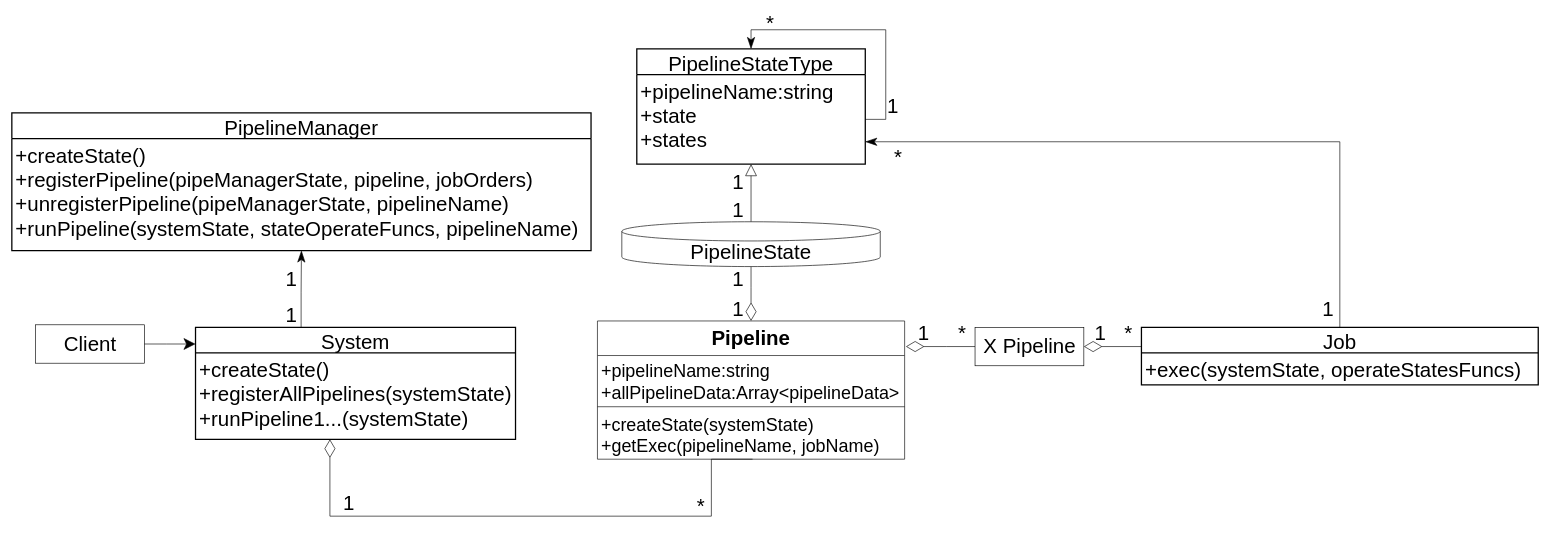
yyc-git/3DProgramPattern keeps this draw.io diagram as packages/管道模式/role_abstract/UML.drawio. Above is the earlier version. Source tidied: cells renumbered, new cells numbered last; positions are measured from the earlier drawing's top-left corner, leaving out a move shared by most shapes. Both pictures are drawn from the tidied source at 64%, with x=0, y=0 at pixel (12, 17).
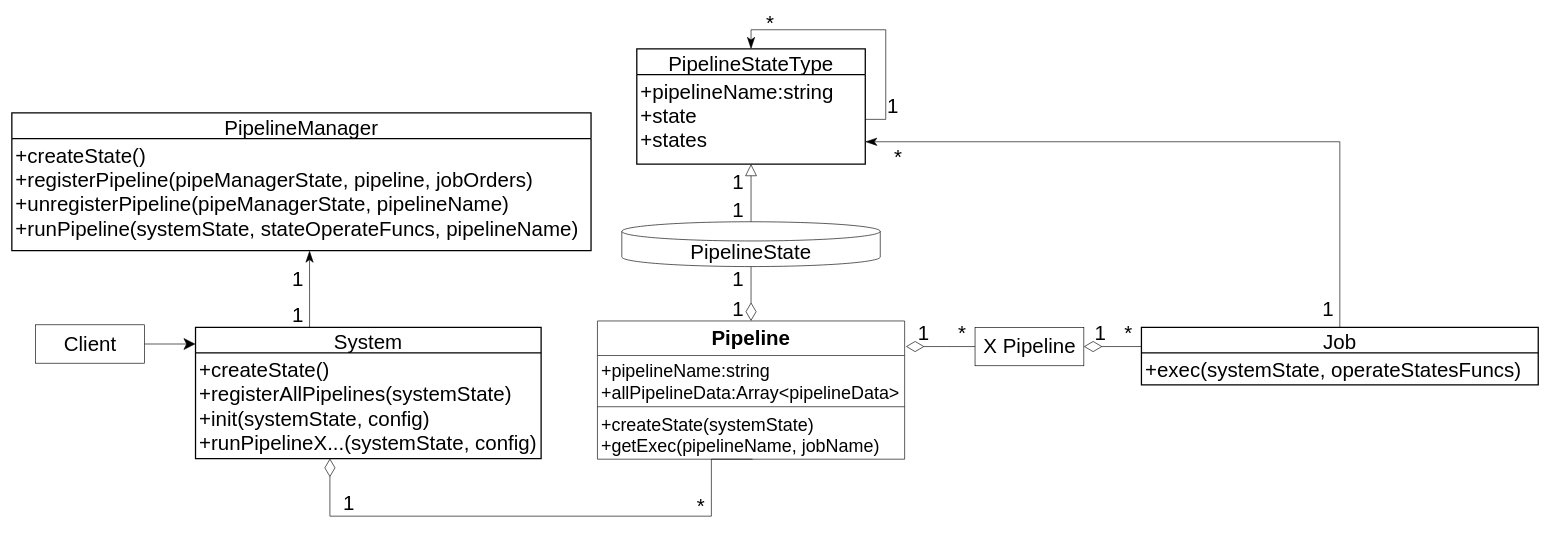
Above is the later version.

The change refers to these unchanged cells:
```xml
<mxCell id="7" value="+createState()&#10;+registerPipeline(pipeManagerState, pipeline, jobOrders)&#10;+unregisterPipeline(pipeManagerState, pipelineName)&#10;+runPipeline(systemState, stateOperateFuncs, pipelineName)" style="align=left;strokeColor=none;fillColor=none;spacingLeft=4;fontSize=32;verticalAlign=top;" parent="6" vertex="1">
  <mxGeometry y="40" width="905" height="175" as="geometry" />
</mxCell>
<mxCell id="14" value="+createState(systemState)&#10;+getExec(pipelineName, jobName)" style="text;strokeColor=none;fillColor=none;align=left;verticalAlign=top;spacingLeft=4;spacingRight=4;overflow=hidden;points=[[0,0.5],[1,0.5]];portConstraint=eastwest;fontSize=28;" parent="11" vertex="1">
  <mxGeometry y="138" width="480" height="78" as="geometry" />
</mxCell>
```

Diff of the diagram source:
```diff
@@
-    <mxCell id="15" style="edgeStyle=orthogonalEdgeStyle;rounded=0;jettySize=auto;html=1;entryX=0.5;entryY=1;entryDx=0;entryDy=0;fontSize=28;endArrow=classicThin;endFill=1;startSize=16;endSize=16;exitX=0.33;exitY=0.003;exitDx=0;exitDy=0;exitPerimeter=0;" parent="1" edge="1" source="16" target="7">
+    <mxCell id="15" style="edgeStyle=orthogonalEdgeStyle;rounded=0;jettySize=auto;html=1;entryX=0.514;entryY=1.001;entryDx=0;entryDy=0;fontSize=28;endArrow=classicThin;endFill=1;startSize=16;endSize=16;exitX=0.33;exitY=0.003;exitDx=0;exitDy=0;exitPerimeter=0;entryPerimeter=0;" parent="1" edge="1" source="16" target="7">
       <mxGeometry relative="1" as="geometry" />
     </mxCell>
     <mxCell id="16" value="System" style="swimlane;horizontal=1;startSize=40;rounded=0;fontSize=32;fontStyle=0;strokeWidth=2;shadow=0;dashed=0;align=center;" parent="1" vertex="1">
-      <mxGeometry x="287" y="485" width="500" height="175" as="geometry" />
+      <mxGeometry x="287" y="485" width="540" height="205" as="geometry" />
     </mxCell>
-    <mxCell id="17" value="+createState()&#10;+registerAllPipelines(systemState)&#10;+runPipeline1...(systemState)" style="align=left;strokeColor=none;fillColor=none;spacingLeft=4;fontSize=32;verticalAlign=top;" parent="16" vertex="1">
-      <mxGeometry y="40" width="500" height="135" as="geometry" />
+    <mxCell id="17" value="+createState()&#10;+registerAllPipelines(systemState)&#10;+init(systemState, config)&#10;+runPipelineX...(systemState, config)" style="align=left;strokeColor=none;fillColor=none;spacingLeft=4;fontSize=32;verticalAlign=top;" parent="16" vertex="1">
+      <mxGeometry y="40" width="540" height="165" as="geometry" />
     </mxCell>
@@
     <mxCell id="20" value="&lt;font style=&quot;font-size: 32px&quot;&gt;1&lt;/font&gt;" style="text;html=1;strokeColor=none;fillColor=none;align=center;verticalAlign=middle;whiteSpace=wrap;rounded=0;fontSize=28;" parent="1" vertex="1">
-      <mxGeometry x="417" y="456" width="40" height="20" as="geometry" />
+      <mxGeometry x="427" y="456" width="40" height="20" as="geometry" />
     </mxCell>
     <mxCell id="21" value="&lt;span style=&quot;font-size: 32px&quot;&gt;1&lt;/span&gt;" style="text;html=1;strokeColor=none;fillColor=none;align=center;verticalAlign=middle;whiteSpace=wrap;rounded=0;fontSize=28;" parent="1" vertex="1">
-      <mxGeometry x="417" y="400" width="40" height="20" as="geometry" />
+      <mxGeometry x="427" y="400" width="40" height="20" as="geometry" />
     </mxCell>
@@
     <mxCell id="25" style="edgeStyle=orthogonalEdgeStyle;rounded=0;jettySize=auto;html=1;entryX=0.505;entryY=1;entryDx=0;entryDy=0;entryPerimeter=0;fontSize=28;endArrow=none;endFill=0;startSize=26;endSize=26;startArrow=diamondThin;startFill=0;" parent="1" edge="1" target="14">
       <mxGeometry relative="1" as="geometry">
-        <mxPoint x="497" y="660" as="sourcePoint" />
+        <mxPoint x="497" y="690" as="sourcePoint" />
         <Array as="points">
           <mxPoint x="497" y="780" />
           <mxPoint x="1093" y="780" />
         </Array>
       </mxGeometry>
     </mxCell>
```
